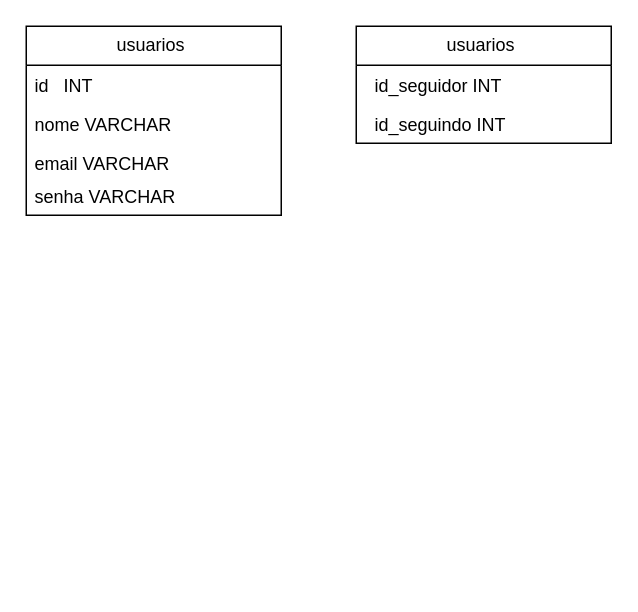
The draw.io diagram instagram .drawio in gabrimota/Diagramas, before the edit. Source tidied: cells renumbered, new cells numbered last; positions are measured from the earlier drawing's top-left corner, leaving out a move shared by most shapes. Both pictures are drawn from the tidied source at 150%, with x=0, y=0 at pixel (26, 26).
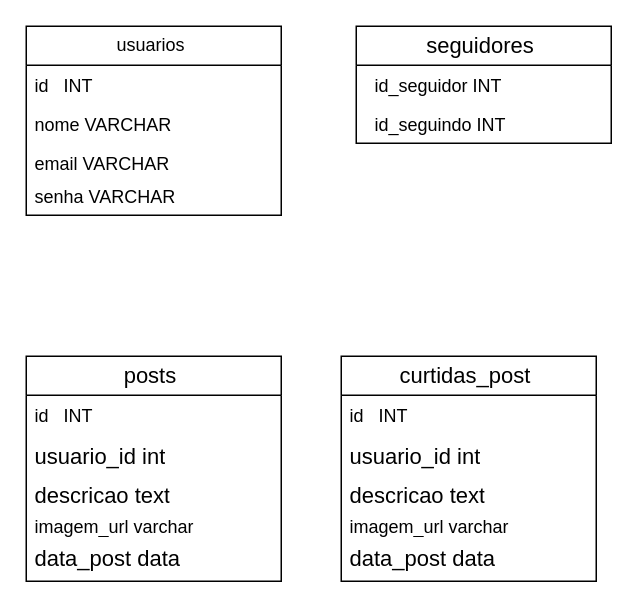
The same diagram, later.

The edit, as a diff of the source:
```diff
@@
-    <mxCell id="7" value="usuarios&amp;nbsp;" style="swimlane;fontStyle=0;horizontal=1;startSize=26;fillColor=none;whiteSpace=wrap;html=1;" parent="1" vertex="1">
+    <mxCell id="7" value="&lt;span id=&quot;docs-internal-guid-b785d1c1-7fff-65c7-04ec-d4af3d5e29a7&quot;&gt;&lt;span style=&quot;font-size: 11pt; font-family: Arial, sans-serif; color: rgb(0, 0, 0); background-color: transparent; font-variant-numeric: normal; font-variant-east-asian: normal; font-variant-alternates: normal; font-variant-position: normal; font-variant-emoji: normal; vertical-align: baseline; white-space-collapse: preserve;&quot;&gt;seguidores &lt;/span&gt;&lt;/span&gt;" style="swimlane;fontStyle=0;horizontal=1;startSize=26;fillColor=none;whiteSpace=wrap;html=1;" parent="1" vertex="1">
       <mxGeometry x="220" width="170" height="78" as="geometry" />
     </mxCell>
@@
+    <mxCell id="10" value="&lt;span id=&quot;docs-internal-guid-b637a96a-7fff-86a3-83ad-5937b34f5723&quot;&gt;&lt;span style=&quot;font-size: 11pt; font-family: Arial, sans-serif; color: rgb(0, 0, 0); background-color: transparent; font-variant-numeric: normal; font-variant-east-asian: normal; font-variant-alternates: normal; font-variant-position: normal; font-variant-emoji: normal; vertical-align: baseline; white-space-collapse: preserve;&quot;&gt;posts &lt;/span&gt;&lt;/span&gt;" style="swimlane;fontStyle=0;horizontal=1;startSize=26;fillColor=none;whiteSpace=wrap;html=1;" parent="1" vertex="1">
+      <mxGeometry y="220" width="170" height="150" as="geometry" />
+    </mxCell>
+    <mxCell id="11" value="id&amp;nbsp; &amp;nbsp;INT&amp;nbsp;" style="text;strokeColor=none;fillColor=none;align=left;verticalAlign=top;spacingLeft=4;spacingRight=4;overflow=hidden;whiteSpace=wrap;html=1;" parent="10" vertex="1">
+      <mxGeometry y="26" width="170" height="26" as="geometry" />
+    </mxCell>
+    <mxCell id="12" value="&lt;span id=&quot;docs-internal-guid-b994578e-7fff-46da-24de-aa7fc4ab6b1c&quot;&gt;&lt;span style=&quot;font-size: 11pt; font-family: Arial, sans-serif; color: rgb(0, 0, 0); background-color: transparent; font-variant-numeric: normal; font-variant-east-asian: normal; font-variant-alternates: normal; font-variant-position: normal; font-variant-emoji: normal; vertical-align: baseline; white-space-collapse: preserve;&quot;&gt;usuario_id int&lt;/span&gt;&lt;/span&gt;" style="text;strokeColor=none;fillColor=none;align=left;verticalAlign=top;spacingLeft=4;spacingRight=4;overflow=hidden;whiteSpace=wrap;html=1;" parent="10" vertex="1">
+      <mxGeometry y="52" width="170" height="26" as="geometry" />
+    </mxCell>
+    <mxCell id="13" value="&lt;span id=&quot;docs-internal-guid-8b86d98f-7fff-773e-81e2-166032f2e981&quot;&gt;&lt;span style=&quot;font-size: 11pt; font-family: Arial, sans-serif; color: rgb(0, 0, 0); background-color: transparent; font-variant-numeric: normal; font-variant-east-asian: normal; font-variant-alternates: normal; font-variant-position: normal; font-variant-emoji: normal; vertical-align: baseline; white-space-collapse: preserve;&quot;&gt;descricao text&lt;/span&gt;&lt;/span&gt;" style="text;strokeColor=none;fillColor=none;align=left;verticalAlign=top;spacingLeft=4;spacingRight=4;overflow=hidden;whiteSpace=wrap;html=1;" parent="10" vertex="1">
+      <mxGeometry y="78" width="170" height="22" as="geometry" />
+    </mxCell>
+    <mxCell id="14" value="imagem_url varchar" style="text;strokeColor=none;fillColor=none;align=left;verticalAlign=top;spacingLeft=4;spacingRight=4;overflow=hidden;whiteSpace=wrap;html=1;" parent="10" vertex="1">
+      <mxGeometry y="100" width="170" height="20" as="geometry" />
+    </mxCell>
+    <mxCell id="15" value="&lt;span id=&quot;docs-internal-guid-64afa6a9-7fff-0db7-e2cf-44706ea9bf8e&quot;&gt;&lt;span style=&quot;font-size: 11pt; font-family: Arial, sans-serif; color: rgb(0, 0, 0); background-color: transparent; font-variant-numeric: normal; font-variant-east-asian: normal; font-variant-alternates: normal; font-variant-position: normal; font-variant-emoji: normal; vertical-align: baseline; white-space-collapse: preserve;&quot;&gt;data_post data&lt;/span&gt;&lt;/span&gt;" style="text;strokeColor=none;fillColor=none;align=left;verticalAlign=top;spacingLeft=4;spacingRight=4;overflow=hidden;whiteSpace=wrap;html=1;" parent="10" vertex="1">
+      <mxGeometry y="120" width="170" height="30" as="geometry" />
+    </mxCell>
+    <mxCell id="16" value="&lt;span id=&quot;docs-internal-guid-b637a96a-7fff-86a3-83ad-5937b34f5723&quot;&gt;&lt;span style=&quot;font-size: 11pt; font-family: Arial, sans-serif; color: rgb(0, 0, 0); background-color: transparent; font-variant-numeric: normal; font-variant-east-asian: normal; font-variant-alternates: normal; font-variant-position: normal; font-variant-emoji: normal; vertical-align: baseline; white-space-collapse: preserve;&quot;&gt;curtidas_post &lt;/span&gt;&lt;/span&gt;" style="swimlane;fontStyle=0;horizontal=1;startSize=26;fillColor=none;whiteSpace=wrap;html=1;" parent="1" vertex="1">
+      <mxGeometry x="210" y="220" width="170" height="150" as="geometry" />
+    </mxCell>
+    <mxCell id="17" value="id&amp;nbsp; &amp;nbsp;INT&amp;nbsp;" style="text;strokeColor=none;fillColor=none;align=left;verticalAlign=top;spacingLeft=4;spacingRight=4;overflow=hidden;whiteSpace=wrap;html=1;" parent="16" vertex="1">
+      <mxGeometry y="26" width="170" height="26" as="geometry" />
+    </mxCell>
+    <mxCell id="18" value="&lt;span id=&quot;docs-internal-guid-b994578e-7fff-46da-24de-aa7fc4ab6b1c&quot;&gt;&lt;span style=&quot;font-size: 11pt; font-family: Arial, sans-serif; color: rgb(0, 0, 0); background-color: transparent; font-variant-numeric: normal; font-variant-east-asian: normal; font-variant-alternates: normal; font-variant-position: normal; font-variant-emoji: normal; vertical-align: baseline; white-space-collapse: preserve;&quot;&gt;usuario_id int&lt;/span&gt;&lt;/span&gt;" style="text;strokeColor=none;fillColor=none;align=left;verticalAlign=top;spacingLeft=4;spacingRight=4;overflow=hidden;whiteSpace=wrap;html=1;" parent="16" vertex="1">
+      <mxGeometry y="52" width="170" height="26" as="geometry" />
+    </mxCell>
+    <mxCell id="19" value="&lt;span id=&quot;docs-internal-guid-8b86d98f-7fff-773e-81e2-166032f2e981&quot;&gt;&lt;span style=&quot;font-size: 11pt; font-family: Arial, sans-serif; color: rgb(0, 0, 0); background-color: transparent; font-variant-numeric: normal; font-variant-east-asian: normal; font-variant-alternates: normal; font-variant-position: normal; font-variant-emoji: normal; vertical-align: baseline; white-space-collapse: preserve;&quot;&gt;descricao text&lt;/span&gt;&lt;/span&gt;" style="text;strokeColor=none;fillColor=none;align=left;verticalAlign=top;spacingLeft=4;spacingRight=4;overflow=hidden;whiteSpace=wrap;html=1;" parent="16" vertex="1">
+      <mxGeometry y="78" width="170" height="22" as="geometry" />
+    </mxCell>
+    <mxCell id="20" value="imagem_url varchar" style="text;strokeColor=none;fillColor=none;align=left;verticalAlign=top;spacingLeft=4;spacingRight=4;overflow=hidden;whiteSpace=wrap;html=1;" parent="16" vertex="1">
+      <mxGeometry y="100" width="170" height="20" as="geometry" />
+    </mxCell>
+    <mxCell id="21" value="&lt;span id=&quot;docs-internal-guid-64afa6a9-7fff-0db7-e2cf-44706ea9bf8e&quot;&gt;&lt;span style=&quot;font-size: 11pt; font-family: Arial, sans-serif; color: rgb(0, 0, 0); background-color: transparent; font-variant-numeric: normal; font-variant-east-asian: normal; font-variant-alternates: normal; font-variant-position: normal; font-variant-emoji: normal; vertical-align: baseline; white-space-collapse: preserve;&quot;&gt;data_post data&lt;/span&gt;&lt;/span&gt;" style="text;strokeColor=none;fillColor=none;align=left;verticalAlign=top;spacingLeft=4;spacingRight=4;overflow=hidden;whiteSpace=wrap;html=1;" parent="16" vertex="1">
+      <mxGeometry y="120" width="170" height="30" as="geometry" />
+    </mxCell>
```
